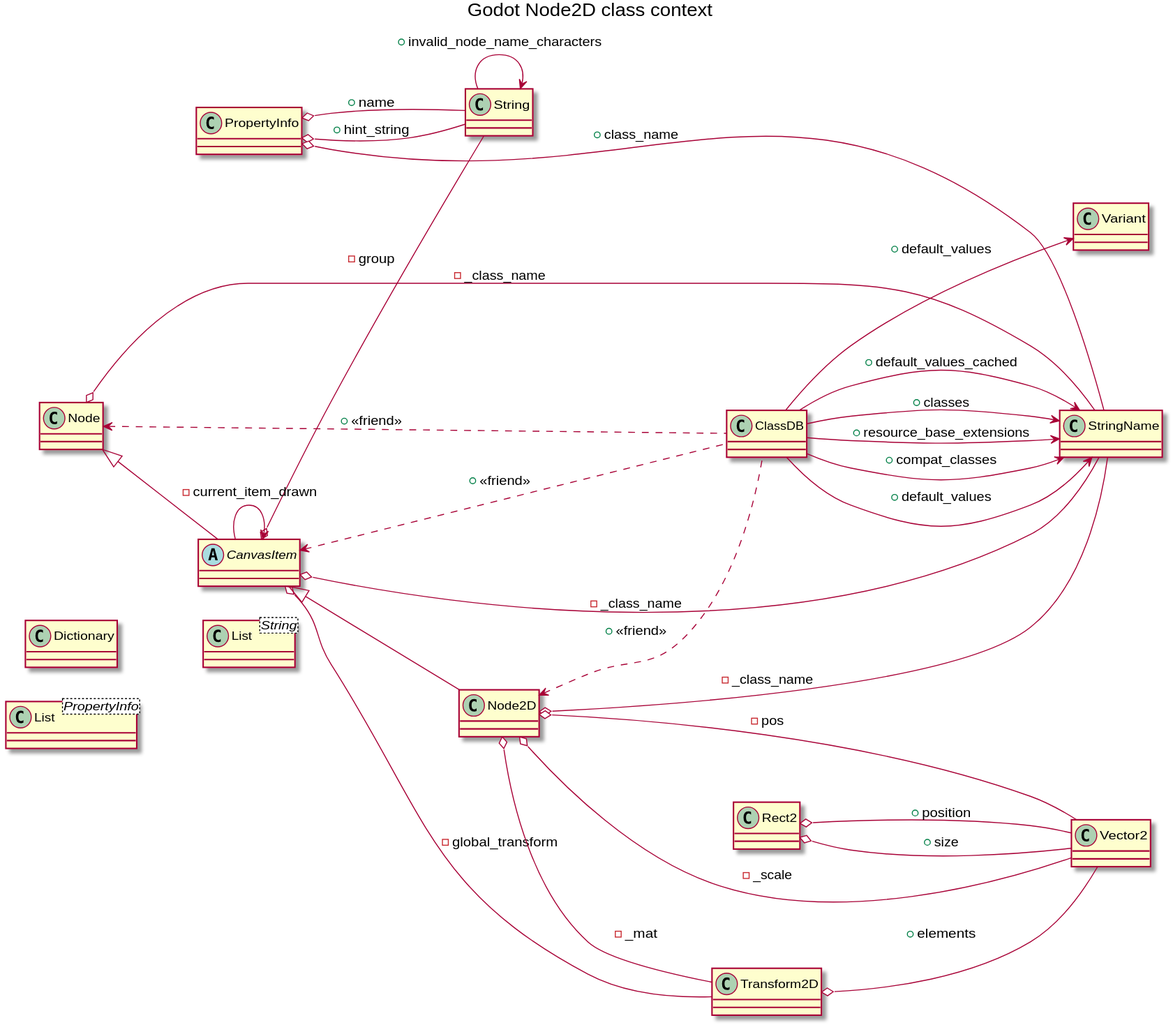
Above: godot/puml/node2d_class_context_diagram.svg in bkryza/clang-uml-examples (PlantUML), before the change.
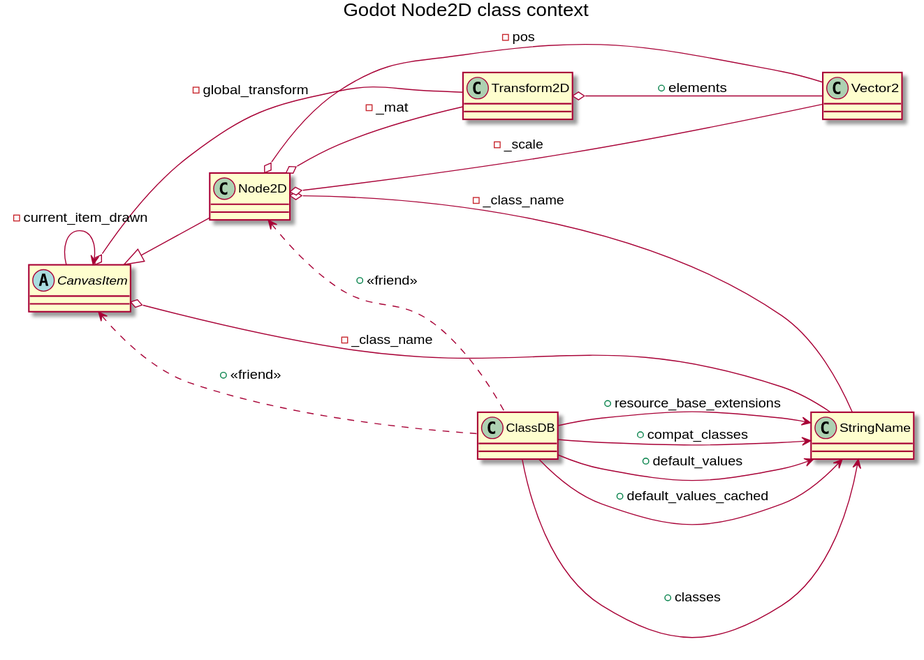
After the commit.

The edit, as a diff of the source:
```diff
@@ -1,41 +1,17 @@
 @startuml
 title Godot Node2D class context
 left to right direction
-class "String" as C_0000945411446247634027
-class C_0000945411446247634027 [[https://github.com/godotengine/godot/blob/faf3f883d1a25ec8a2b7a31ecc9e3363613b2478/./core/ustring.h#L126{String}]] {
-}
 class "Vector2" as C_0000053309527800613276
 class C_0000053309527800613276 [[https://github.com/godotengine/godot/blob/faf3f883d1a25ec8a2b7a31ecc9e3363613b2478/./core/math/vector2.h#L39{Vector2}]] {
-}
-class "Rect2" as C_0000300688871447362916
-class C_0000300688871447362916 [[https://github.com/godotengine/godot/blob/faf3f883d1a25ec8a2b7a31ecc9e3363613b2478/./core/math/rect2.h#L38{Rect2}]] {
 }
 class "Transform2D" as C_0001296138246691404804
 class C_0001296138246691404804 [[https://github.com/godotengine/godot/blob/faf3f883d1a25ec8a2b7a31ecc9e3363613b2478/./core/math/transform_2d.h#L37{Transform2D}]] {
 }
-class "Dictionary" as C_0001299121424291583786
-class C_0001299121424291583786 [[https://github.com/godotengine/godot/blob/faf3f883d1a25ec8a2b7a31ecc9e3363613b2478/./core/dictionary.h#L42{Dictionary}]] {
-}
 class "StringName" as C_0001858199404643284193
 class C_0001858199404643284193 [[https://github.com/godotengine/godot/blob/faf3f883d1a25ec8a2b7a31ecc9e3363613b2478/./core/string_name.h#L44{StringName}]] {
 }
-class "List<PropertyInfo>" as C_0000788782266645010446
-class C_0000788782266645010446 {
-}
-class "Variant" as C_0000210234563198599367
-class C_0000210234563198599367 [[https://github.com/godotengine/godot/blob/faf3f883d1a25ec8a2b7a31ecc9e3363613b2478/./core/variant.h#L93{Variant}]] {
-}
-class "PropertyInfo" as C_0002153970433534458832
-class C_0002153970433534458832 [[https://github.com/godotengine/godot/blob/faf3f883d1a25ec8a2b7a31ecc9e3363613b2478/./core/object.h#L144{PropertyInfo}]] {
-}
-class "List<String>" as C_0002063845175027013341
-class C_0002063845175027013341 {
-}
 class "ClassDB" as C_0000104564426296396960
 class C_0000104564426296396960 [[https://github.com/godotengine/godot/blob/faf3f883d1a25ec8a2b7a31ecc9e3363613b2478/./core/class_db.h#L94{ClassDB}]] {
-}
-class "Node" as C_0000218299049716973303
-class C_0000218299049716973303 [[https://github.com/godotengine/godot/blob/faf3f883d1a25ec8a2b7a31ecc9e3363613b2478/./scene/main/node.h#L44{Node}]] {
 }
 abstract "CanvasItem" as C_0002074383603489565895
 abstract C_0002074383603489565895 [[https://github.com/godotengine/godot/blob/faf3f883d1a25ec8a2b7a31ecc9e3363613b2478/./scene/2d/canvas_item.h#L165{CanvasItem}]] {
@@ -43,31 +19,21 @@
 class "Node2D" as C_0002289363354048605759
 class C_0002289363354048605759 [[https://github.com/godotengine/godot/blob/faf3f883d1a25ec8a2b7a31ecc9e3363613b2478/scene/2d/node_2d.h#L36{Node2D}]] {
 }
-C_0000945411446247634027 --> C_0000945411446247634027 : +invalid_node_name_characters
-C_0000300688871447362916 o-- C_0000053309527800613276 : +position
-C_0000300688871447362916 o-- C_0000053309527800613276 : +size
 C_0001296138246691404804 o-- C_0000053309527800613276 : +elements
-C_0002153970433534458832 o-- C_0000945411446247634027 : +name
-C_0002153970433534458832 o-- C_0001858199404643284193 : +class_name
-C_0002153970433534458832 o-- C_0000945411446247634027 : +hint_string
 C_0000104564426296396960 --> C_0001858199404643284193 : +classes
 C_0000104564426296396960 --> C_0001858199404643284193 : +resource_base_extensions
 C_0000104564426296396960 --> C_0001858199404643284193 : +compat_classes
 C_0000104564426296396960 --> C_0001858199404643284193 : +default_values
-C_0000104564426296396960 --> C_0000210234563198599367 : +default_values
 C_0000104564426296396960 --> C_0001858199404643284193 : +default_values_cached
-C_0000218299049716973303 o-- C_0001858199404643284193 : -_class_name
-C_0000218299049716973303 <.. C_0000104564426296396960 : +<<friend>>
 C_0002074383603489565895 o-- C_0001858199404643284193 : -_class_name
-C_0002074383603489565895 o-- C_0000945411446247634027 : -group
 C_0002074383603489565895 o-- C_0001296138246691404804 : -global_transform
 C_0002074383603489565895 --> C_0002074383603489565895 : -current_item_drawn
 C_0002074383603489565895 <.. C_0000104564426296396960 : +<<friend>>
-C_0000218299049716973303 <|-- C_0002074383603489565895
 C_0002289363354048605759 o-- C_0001858199404643284193 : -_class_name
 C_0002289363354048605759 o-- C_0000053309527800613276 : -pos
 C_0002289363354048605759 o-- C_0000053309527800613276 : -_scale
 C_0002289363354048605759 o-- C_0001296138246691404804 : -_mat
 C_0002289363354048605759 <.. C_0000104564426296396960 : +<<friend>>
 C_0002074383603489565895 <|-- C_0002289363354048605759
+
 @enduml
```
